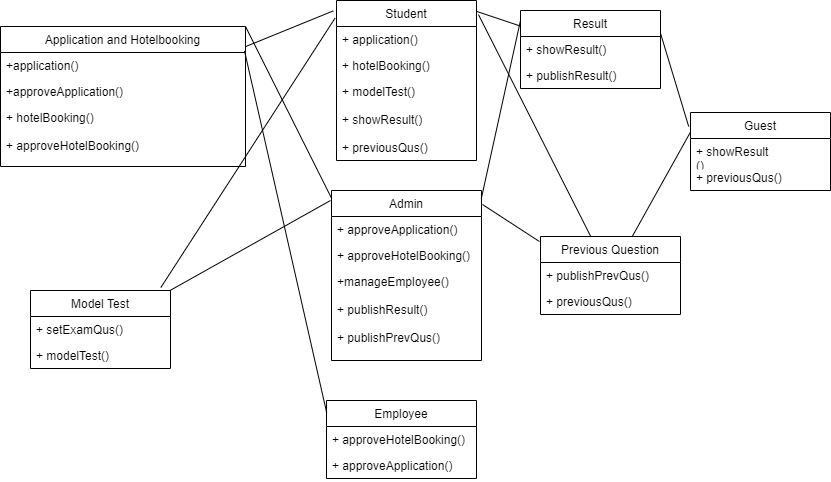
The draw.io diagram class_diagram_uas.png in SabiulSabit/UML-Diagram-For-Project, before a commit. Source tidied: cells renumbered, new cells last; positions are measured from the earlier drawing's top-left corner, leaving out a move shared by most shapes.
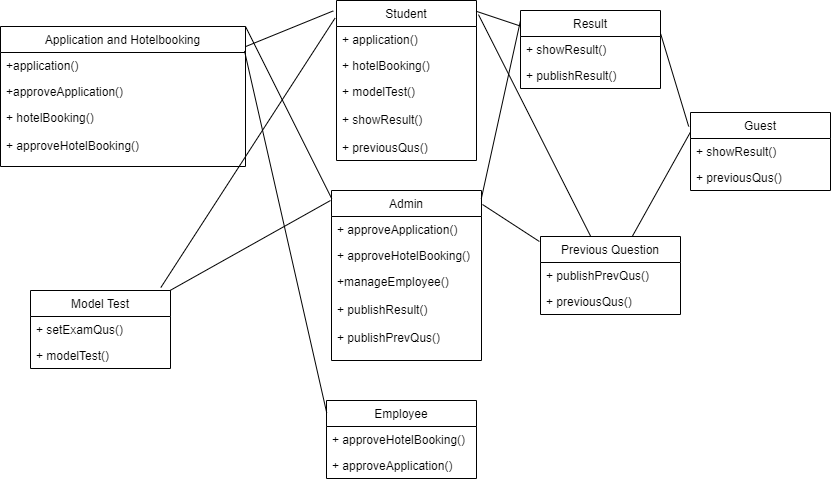
Later version of the same file.

Change to the diagram source:
```diff
@@ -17,7 +17,7 @@
     <mxCell id="6" value="Guest" style="swimlane;fontStyle=0;horizontal=1;startSize=26;fillColor=none;" parent="1" vertex="1">
       <mxGeometry x="690" y="112" width="140" height="78" as="geometry" />
     </mxCell>
-    <mxCell id="7" value="+ showResult&#10;()" style="text;strokeColor=none;fillColor=none;align=left;verticalAlign=top;spacingLeft=4;spacingRight=4;overflow=hidden;" parent="6" vertex="1">
+    <mxCell id="7" value="+ showResult()" style="text;strokeColor=none;fillColor=none;align=left;verticalAlign=top;spacingLeft=4;spacingRight=4;overflow=hidden;" parent="6" vertex="1">
       <mxGeometry y="26" width="140" height="26" as="geometry" />
     </mxCell>
     <mxCell id="8" value="+ previousQus()" style="text;strokeColor=none;fillColor=none;align=left;verticalAlign=top;spacingLeft=4;spacingRight=4;overflow=hidden;" parent="6" vertex="1">
```
